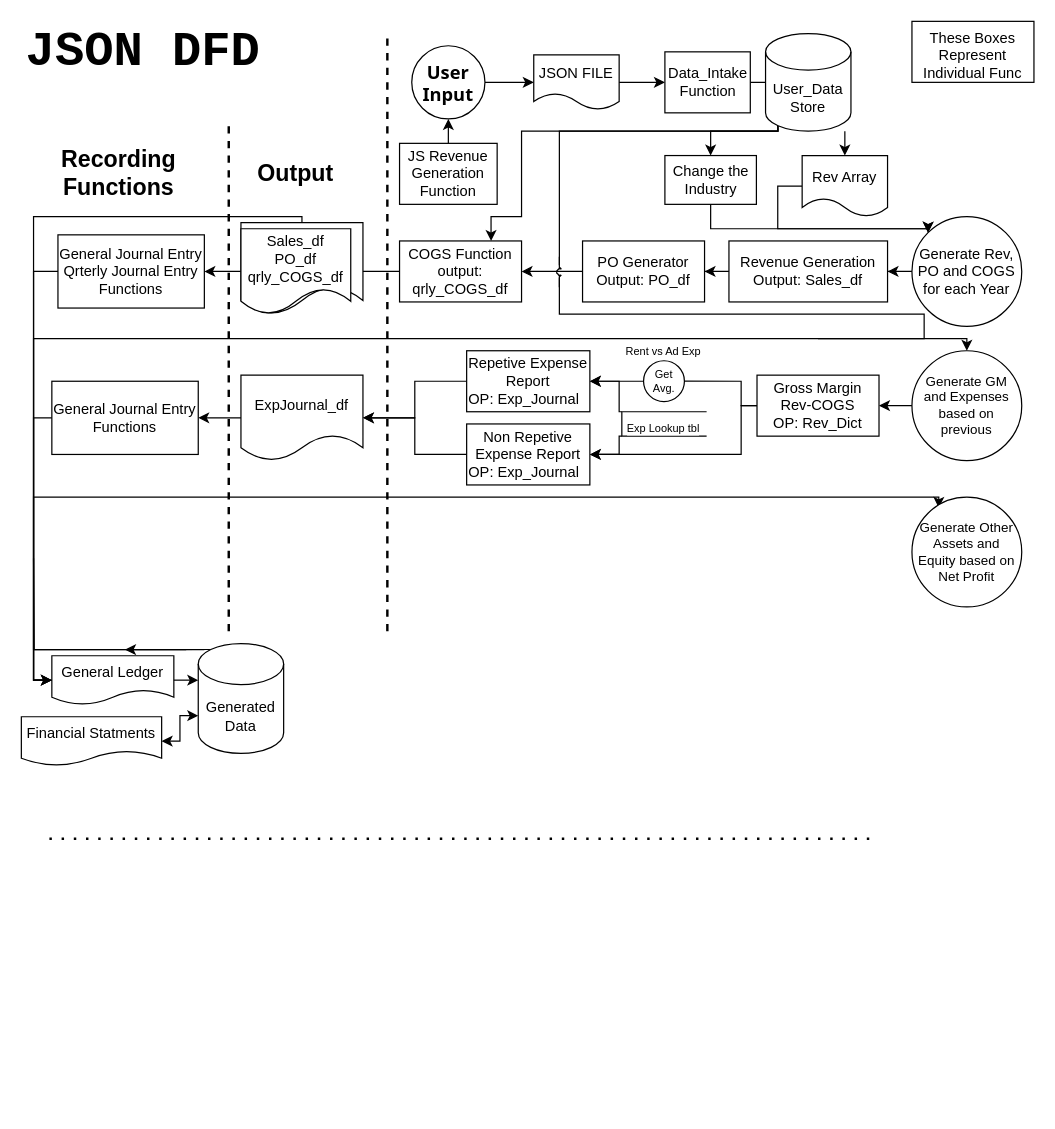
This is User_Form/User_Form.drawio from rybott/Forensic_Operation_Plan_Response, a draw.io file, before an edit. Source tidied: cells renumbered, new cells numbered last; positions are measured from the earlier drawing's top-left corner, leaving out a move shared by most shapes. Both pictures are drawn from the tidied source at 122%, with x=0, y=0 at pixel (21, 21).
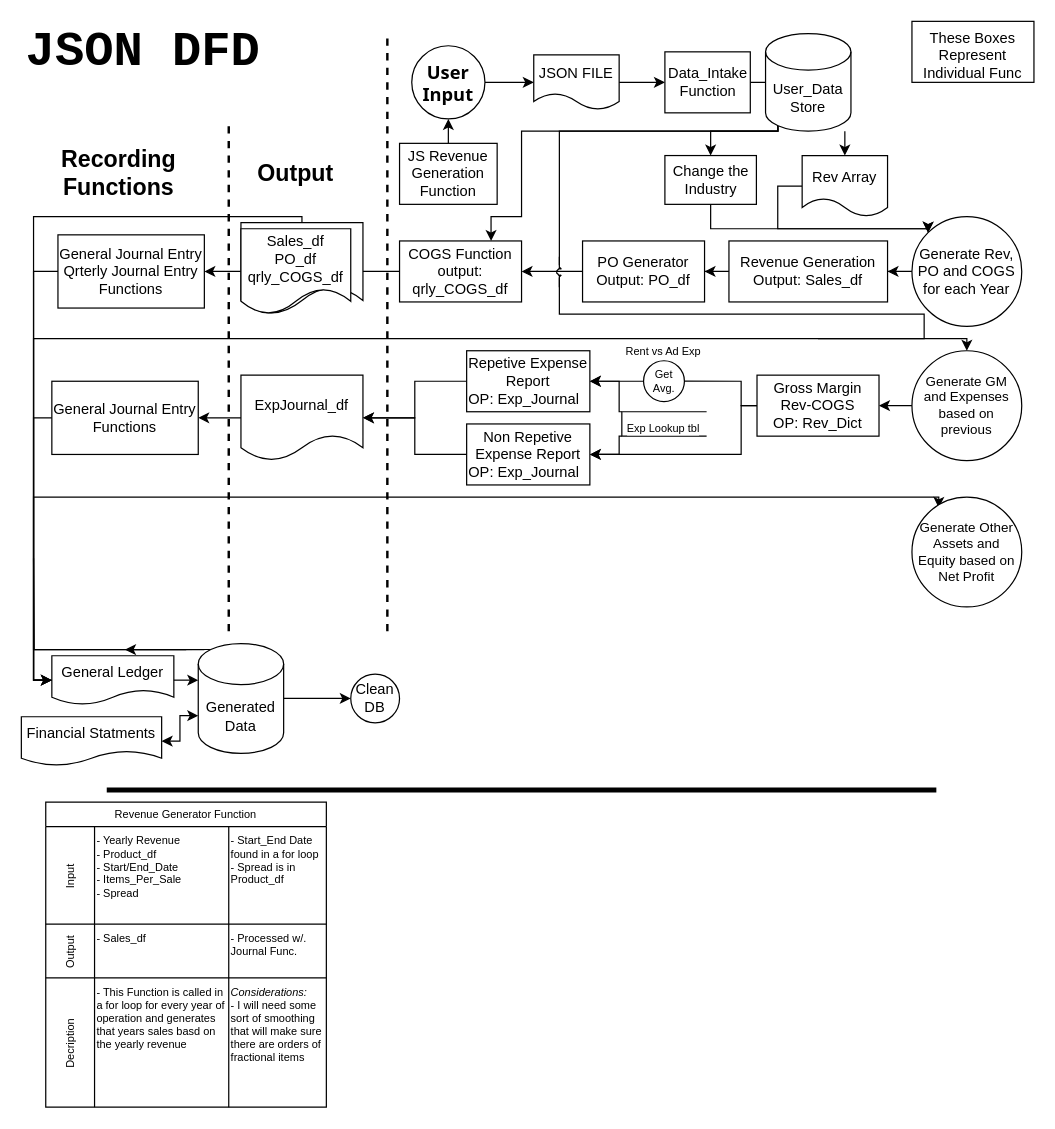
The same diagram, later.

The change refers to these unchanged cells:
```xml
<mxCell id="40" value="Generated Data" style="shape=cylinder3;whiteSpace=wrap;html=1;boundedLbl=1;backgroundOutline=1;size=16.799999999999955;" parent="1" vertex="1">
  <mxGeometry x="145" y="510" width="70" height="90" as="geometry" />
</mxCell>
```

Change to the diagram source:
```diff
@@
+    <mxCell id="74" style="edgeStyle=orthogonalEdgeStyle;rounded=0;jettySize=auto;html=1;" parent="1" edge="1" source="40" target="75">
+      <mxGeometry relative="1" as="geometry" />
+    </mxCell>
@@
-    <mxCell id="45" style="endArrow=none;html=1;rounded=0;strokeWidth=2;dashed=1;dashPattern=1 4;" parent="1" edge="1">
+    <mxCell id="45" style="endArrow=none;html=1;rounded=0;strokeWidth=4;" parent="1" edge="1">
       <mxGeometry relative="1" as="geometry">
-        <mxPoint x="23" y="670" as="sourcePoint" />
-        <mxPoint x="703" y="670" as="targetPoint" />
+        <mxPoint x="70" y="630" as="sourcePoint" />
+        <mxPoint x="750" y="630" as="targetPoint" />
       </mxGeometry>
     </mxCell>
@@
+    <mxCell id="75" value="Clean&lt;br&gt;DB" style="shape=ellipse;html=1;dashed=0;whiteSpace=wrap;perimeter=ellipsePerimeter;" parent="1" vertex="1">
+      <mxGeometry x="270" y="535" width="40" height="40" as="geometry" />
+    </mxCell>
+    <mxCell id="76" style="group;fontSize=9;" parent="1" vertex="1">
+      <mxGeometry x="20" y="640" width="230" height="250" as="geometry" />
+    </mxCell>
+    <mxCell id="77" value="Revenue Generator Function" style="shape=table;childLayout=tableLayout;startSize=20;fontSize=9;" parent="76" vertex="1">
+      <mxGeometry width="230" height="250" as="geometry" />
+    </mxCell>
+    <mxCell id="78" value="Input" style="shape=tableRow;horizontal=0;swimlaneHead=0;swimlaneBody=0;top=0;left=0;strokeColor=inherit;bottom=0;right=0;fontStyle=0;fillColor=none;startSize=40;align=center;fontSize=9;" parent="77" vertex="1">
+      <mxGeometry y="20" width="230" height="80" as="geometry" />
+    </mxCell>
+    <mxCell id="79" style="swimlane;swimlaneHead=0;swimlaneBody=0;fontStyle=0;strokeColor=inherit;fillColor=none;startSize=0;fontSize=9;" parent="78" vertex="1">
+      <mxGeometry x="40" width="110" height="80" as="geometry" />
+    </mxCell>
+    <mxCell id="80" value="- Yearly Revenue&lt;br style=&quot;font-size: 9px;&quot;&gt;- Product_df&lt;br style=&quot;font-size: 9px;&quot;&gt;- Start/End_Date&lt;br style=&quot;font-size: 9px;&quot;&gt;- Items_Per_Sale&lt;br style=&quot;font-size: 9px;&quot;&gt;- Spread" style="text;html=1;strokeColor=none;fillColor=none;align=left;verticalAlign=top;whiteSpace=wrap;rounded=0;fontSize=9;" parent="79" vertex="1">
+      <mxGeometry width="110.4" height="75" as="geometry" />
+    </mxCell>
+    <mxCell id="81" value="- Sales_df" style="text;html=1;strokeColor=none;fillColor=none;align=left;verticalAlign=top;whiteSpace=wrap;rounded=0;fontSize=9;" parent="79" vertex="1">
+      <mxGeometry x="-0.2" y="80" width="55.2" height="25" as="geometry" />
+    </mxCell>
+    <mxCell id="82" style="swimlane;swimlaneHead=0;swimlaneBody=0;fontStyle=0;strokeColor=inherit;fillColor=none;startSize=0;align=left;verticalAlign=top;fontSize=9;" parent="78" vertex="1">
+      <mxGeometry x="150" width="80" height="80" as="geometry" />
+    </mxCell>
+    <mxCell id="83" value="- Start_End Date found in a for loop&lt;br style=&quot;font-size: 9px;&quot;&gt;- Spread is in Product_df" style="text;html=1;strokeColor=none;fillColor=none;align=left;verticalAlign=top;whiteSpace=wrap;rounded=0;fontSize=9;" parent="82" vertex="1">
+      <mxGeometry width="80" height="80" as="geometry" />
+    </mxCell>
+    <mxCell id="84" value="Output" style="shape=tableRow;horizontal=0;swimlaneHead=0;swimlaneBody=0;top=0;left=0;strokeColor=inherit;bottom=0;right=0;fontStyle=0;fillColor=none;startSize=40;fontSize=9;" parent="77" vertex="1">
+      <mxGeometry y="100" width="230" height="44" as="geometry" />
+    </mxCell>
+    <mxCell id="85" style="swimlane;swimlaneHead=0;swimlaneBody=0;fontStyle=0;strokeColor=inherit;fillColor=none;startSize=0;fontSize=9;" parent="84" vertex="1">
+      <mxGeometry x="40" width="110" height="44" as="geometry" />
+    </mxCell>
+    <mxCell id="86" style="swimlane;swimlaneHead=0;swimlaneBody=0;fontStyle=0;strokeColor=inherit;fillColor=none;startSize=0;verticalAlign=top;fontSize=9;" parent="84" vertex="1">
+      <mxGeometry x="150" width="80" height="44" as="geometry" />
+    </mxCell>
+    <mxCell id="87" value="- Processed w/. Journal Func." style="text;html=1;strokeColor=none;fillColor=none;align=left;verticalAlign=top;whiteSpace=wrap;rounded=0;fontSize=9;" parent="86" vertex="1">
+      <mxGeometry x="0.4" width="70" height="40" as="geometry" />
+    </mxCell>
+    <mxCell id="88" value="Decription" style="shape=tableRow;horizontal=0;swimlaneHead=0;swimlaneBody=0;top=0;left=0;strokeColor=inherit;bottom=0;right=0;fontStyle=0;fillColor=none;startSize=40;fontSize=9;" parent="77" vertex="1">
+      <mxGeometry y="144" width="230" height="106" as="geometry" />
+    </mxCell>
+    <mxCell id="89" style="swimlane;swimlaneHead=0;swimlaneBody=0;fontStyle=0;strokeColor=inherit;fillColor=none;startSize=0;fontSize=9;" parent="88" vertex="1">
+      <mxGeometry x="40" width="110" height="106" as="geometry" />
+    </mxCell>
+    <mxCell id="90" value="- This Function is called in a for loop for every year of operation and generates that years sales basd on the yearly revenue" style="text;html=1;strokeColor=none;fillColor=none;align=left;verticalAlign=top;whiteSpace=wrap;rounded=0;fontSize=9;" parent="89" vertex="1">
+      <mxGeometry x="0.4" width="110" height="70" as="geometry" />
+    </mxCell>
+    <mxCell id="91" style="swimlane;swimlaneHead=0;swimlaneBody=0;fontStyle=0;strokeColor=inherit;fillColor=none;startSize=0;align=left;verticalAlign=top;fontSize=9;" parent="88" vertex="1">
+      <mxGeometry x="150" width="80" height="106" as="geometry" />
+    </mxCell>
+    <mxCell id="92" value="&lt;i style=&quot;font-size: 9px;&quot;&gt;Considerations:&lt;/i&gt;&lt;br style=&quot;font-size: 9px;&quot;&gt;- I will need some sort of smoothing that will make sure there are orders of fractional items" style="text;html=1;strokeColor=none;fillColor=none;align=left;verticalAlign=top;whiteSpace=wrap;rounded=0;fontSize=9;" parent="91" vertex="1">
+      <mxGeometry width="80" height="100" as="geometry" />
+    </mxCell>
```
